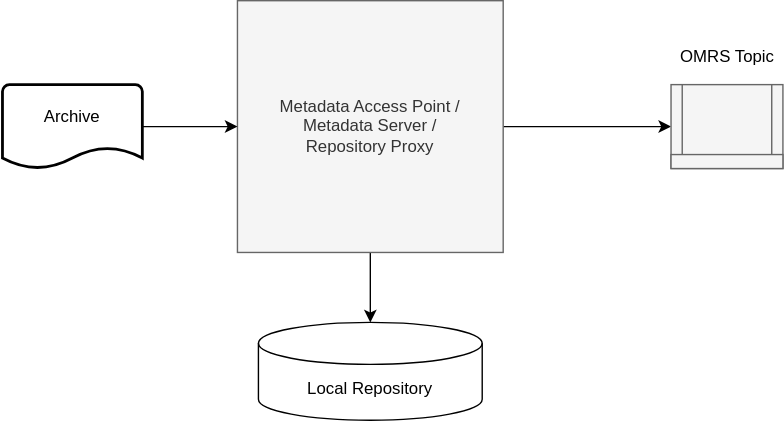
This is site/docs/features/metadata-archiving/open-metadata-archives-use-cases-1.svg from odpi/egeria-docs, a draw.io export, as it was before one commit. Source tidied: cells renumbered, new cells last; positions are measured from the earlier drawing's top-left corner, leaving out a move shared by most shapes.
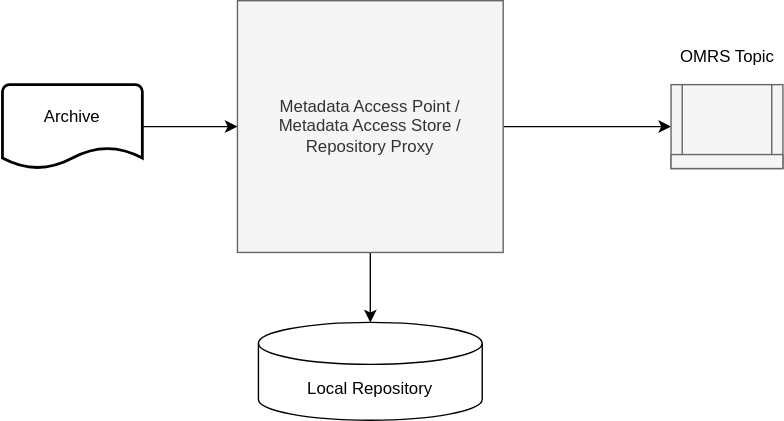
The same diagram one commit later.

Change to the diagram source:
```diff
@@ -8,7 +8,7 @@
     <mxCell id="3" style="edgeStyle=orthogonalEdgeStyle;rounded=0;jettySize=auto;html=1;exitX=1;exitY=0.5;exitDx=0;exitDy=0;shadow=0;" parent="1" edge="1" source="4" target="8">
       <mxGeometry relative="1" as="geometry" />
     </mxCell>
-    <mxCell id="4" value="Metadata Access Point / &lt;br&gt;Metadata Server / &lt;br&gt;Repository Proxy" style="rounded=0;whiteSpace=wrap;html=1;verticalAlign=middle;fillColor=#f5f5f5;strokeColor=#666666;fontColor=#333333;" parent="1" vertex="1">
+    <mxCell id="4" value="Metadata Access Point /&lt;br&gt;Metadata Access Store /&lt;br&gt;Repository Proxy" style="rounded=0;whiteSpace=wrap;html=1;verticalAlign=middle;fillColor=#f5f5f5;strokeColor=#666666;fontColor=#333333;" parent="1" vertex="1">
       <mxGeometry x="168" width="190" height="180" as="geometry" />
     </mxCell>
     <mxCell id="5" value="Local Repository" style="shape=cylinder3;whiteSpace=wrap;html=1;boundedLbl=1;backgroundOutline=1;size=15;" parent="1" vertex="1">
```
